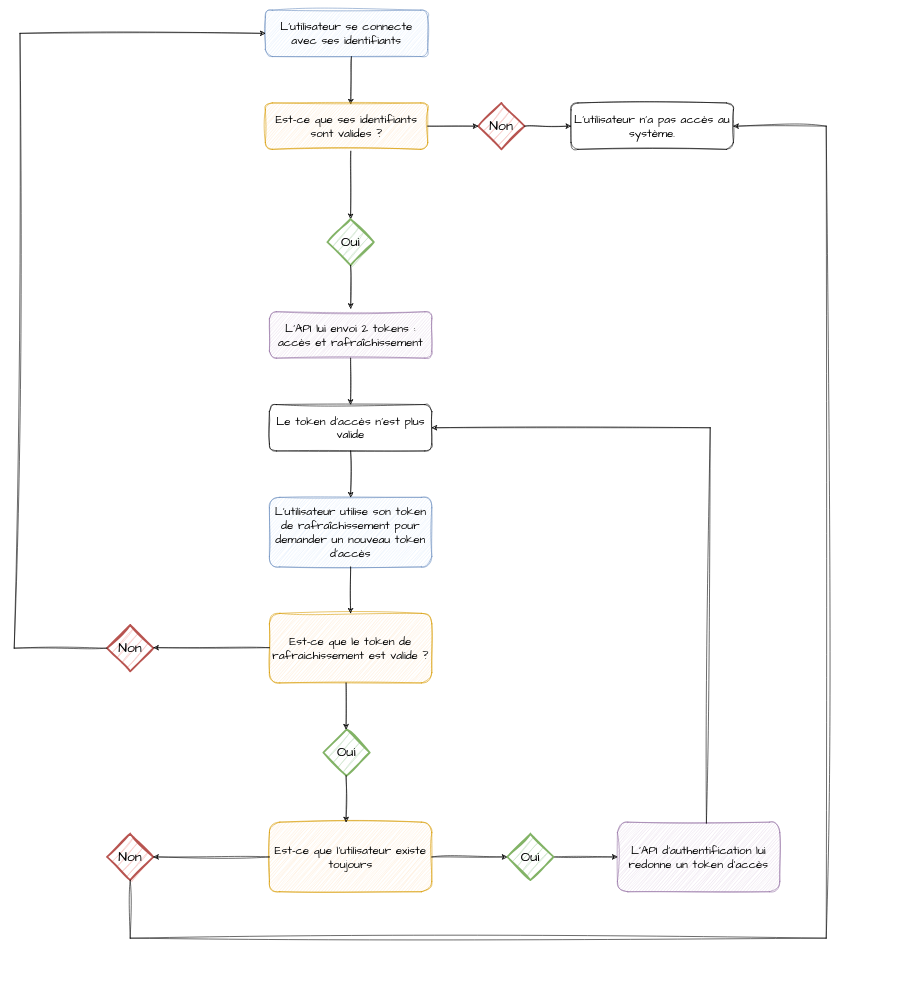
Earlier version of the draw.io diagram ressources/article/schemas/JWT_complex.drawio (a-spn/api-users). Source tidied: cells renumbered, new cells numbered last; positions are measured from the earlier drawing's top-left corner, leaving out a move shared by most shapes. Both pictures are drawn from the tidied source at 58%, with x=0, y=0 at pixel (14, 10).
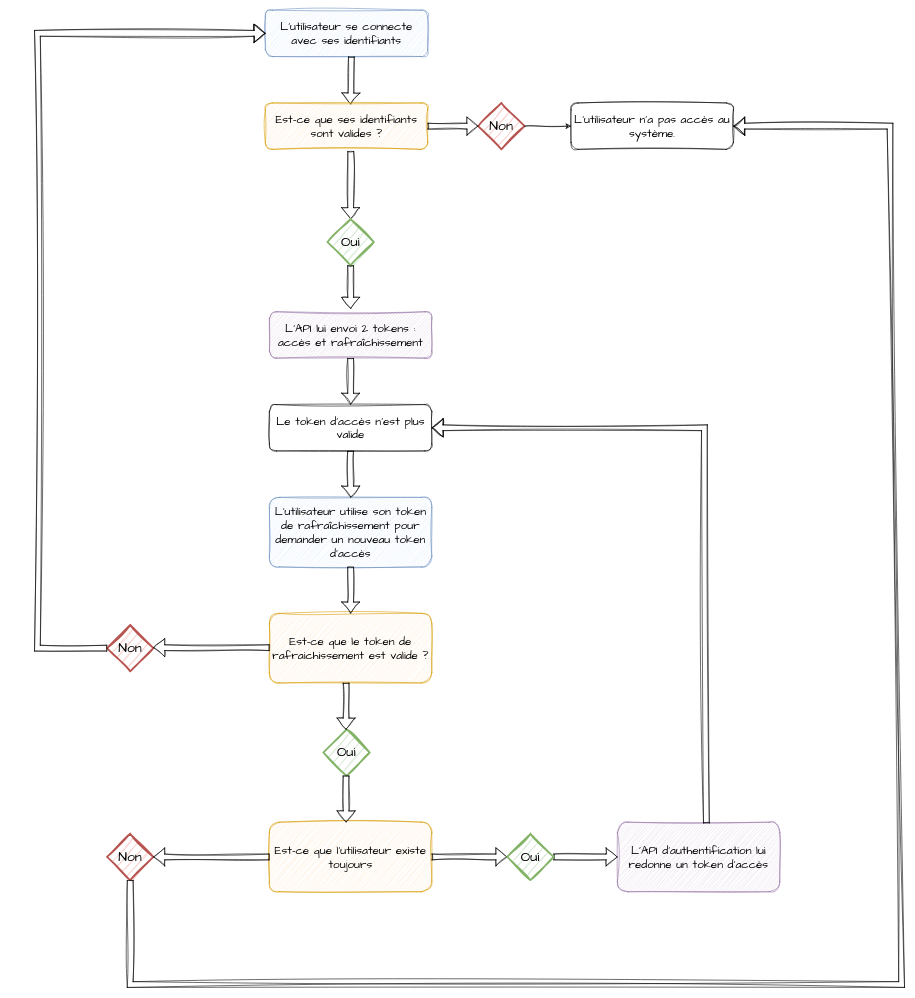
Above is the later version.

The change refers to these unchanged cells:
```xml
<mxCell id="2" value="&lt;div&gt;L'utilisateur se connecte avec ses identifiants&lt;br&gt;&lt;/div&gt;" style="rounded=1;whiteSpace=wrap;html=1;hachureGap=4;fontFamily=Architects Daughter;fontSize=20;sketch=1;curveFitting=1;jiggle=2;fillColor=#dae8fc;strokeColor=#6c8ebf;" parent="1" vertex="1">
  <mxGeometry x="433" width="280" height="80" as="geometry" />
</mxCell>
<mxCell id="3" value="Le token d'accès n'est plus valide" style="rounded=1;whiteSpace=wrap;html=1;hachureGap=4;fontFamily=Architects Daughter;fontSize=20;sketch=1;curveFitting=1;jiggle=2;" parent="1" vertex="1">
  <mxGeometry x="440" y="680" width="280" height="80" as="geometry" />
</mxCell>
<mxCell id="5" value="L'utilisateur utilise son token de rafraîchissement pour demander un nouveau token d'accès" style="rounded=1;whiteSpace=wrap;html=1;hachureGap=4;fontFamily=Architects Daughter;fontSize=20;sketch=1;curveFitting=1;jiggle=2;fillColor=#dae8fc;strokeColor=#6c8ebf;" parent="1" vertex="1">
  <mxGeometry x="440" y="840" width="280" height="120" as="geometry" />
</mxCell>
<mxCell id="7" value="Est-ce que l'utilisateur existe toujours" style="rounded=1;whiteSpace=wrap;html=1;hachureGap=4;fontFamily=Architects Daughter;fontSize=20;sketch=1;curveFitting=1;jiggle=2;fillColor=#ffe6cc;strokeColor=#d79b00;" parent="1" vertex="1">
  <mxGeometry x="440" y="1400" width="280" height="120" as="geometry" />
</mxCell>
<mxCell id="8" value="L'API d'authentification lui redonne un token d'accès" style="rounded=1;whiteSpace=wrap;html=1;hachureGap=4;fontFamily=Architects Daughter;fontSize=20;sketch=1;curveFitting=1;jiggle=2;fillColor=#e1d5e7;strokeColor=#9673a6;" parent="1" vertex="1">
  <mxGeometry x="1040" y="1400" width="280" height="120" as="geometry" />
</mxCell>
<mxCell id="11" value="&lt;font style=&quot;font-size: 24px;&quot; face=&quot;Architects daughter&quot;&gt;Non&lt;/font&gt;" style="rhombus;whiteSpace=wrap;html=1;strokeWidth=3;sketch=1;curveFitting=1;jiggle=2;fillColor=#f8cecc;strokeColor=#b85450;" parent="1" vertex="1">
  <mxGeometry x="160" y="1420" width="80" height="80" as="geometry" />
</mxCell>
<mxCell id="12" value="&lt;font style=&quot;font-size: 24px;&quot; face=&quot;Architects daughter&quot;&gt;Oui&lt;/font&gt;" style="rhombus;whiteSpace=wrap;html=1;strokeWidth=3;sketch=1;curveFitting=1;jiggle=2;fillColor=#d5e8d4;strokeColor=#82b366;" parent="1" vertex="1">
  <mxGeometry x="850" y="1420" width="80" height="80" as="geometry" />
</mxCell>
<mxCell id="15" value="Est-ce que le token de rafraichissement est valide ? " style="rounded=1;whiteSpace=wrap;html=1;hachureGap=4;fontFamily=Architects Daughter;fontSize=20;sketch=1;curveFitting=1;jiggle=2;fillColor=#ffe6cc;strokeColor=#d79b00;" parent="1" vertex="1">
  <mxGeometry x="440" y="1040" width="280" height="120" as="geometry" />
</mxCell>
<mxCell id="16" value="&lt;font style=&quot;font-size: 24px;&quot; face=&quot;Architects daughter&quot;&gt;Non&lt;/font&gt;" style="rhombus;whiteSpace=wrap;html=1;strokeWidth=3;sketch=1;curveFitting=1;jiggle=2;fillColor=#f8cecc;strokeColor=#b85450;" parent="1" vertex="1">
  <mxGeometry x="160" y="1060" width="80" height="80" as="geometry" />
</mxCell>
<mxCell id="24" value="&lt;div&gt;L'API lui envoi 2 tokens :&lt;/div&gt;&lt;div&gt;accès et rafraîchissement&lt;/div&gt;" style="rounded=1;whiteSpace=wrap;html=1;hachureGap=4;fontFamily=Architects Daughter;fontSize=20;sketch=1;curveFitting=1;jiggle=2;fillColor=#e1d5e7;strokeColor=#9673a6;" parent="1" vertex="1">
  <mxGeometry x="440" y="520" width="280" height="80" as="geometry" />
</mxCell>
<mxCell id="25" value="Est-ce que ses identifiants sont valides ? " style="rounded=1;whiteSpace=wrap;html=1;hachureGap=4;fontFamily=Architects Daughter;fontSize=20;sketch=1;curveFitting=1;jiggle=2;fillColor=#ffe6cc;strokeColor=#d79b00;" parent="1" vertex="1">
  <mxGeometry x="433" y="160" width="280" height="80" as="geometry" />
</mxCell>
<mxCell id="26" value="&lt;font style=&quot;font-size: 24px;&quot; face=&quot;Architects daughter&quot;&gt;Non&lt;/font&gt;" style="rhombus;whiteSpace=wrap;html=1;strokeWidth=3;sketch=1;curveFitting=1;jiggle=2;fillColor=#f8cecc;strokeColor=#b85450;" parent="1" vertex="1">
  <mxGeometry x="800" y="160" width="80" height="80" as="geometry" />
</mxCell>
<mxCell id="30" value="&lt;font style=&quot;font-size: 24px;&quot; face=&quot;Architects daughter&quot;&gt;Oui&lt;/font&gt;" style="rhombus;whiteSpace=wrap;html=1;strokeWidth=3;sketch=1;curveFitting=1;jiggle=2;fillColor=#d5e8d4;strokeColor=#82b366;" parent="1" vertex="1">
  <mxGeometry x="540" y="360" width="80" height="80" as="geometry" />
</mxCell>
```

Diff of the diagram source:
```diff
@@
-    <mxCell id="4" style="endArrow=classic;html=1;rounded=1;hachureGap=4;fontFamily=Architects Daughter;fontSize=16;exitX=0.53;exitY=1.005;exitDx=0;exitDy=0;entryX=0.526;entryY=0.029;entryDx=0;entryDy=0;exitPerimeter=0;entryPerimeter=0;sketch=1;curveFitting=1;jiggle=2;" parent="1" edge="1" source="2" target="25">
+    <mxCell id="4" style="endArrow=classic;html=1;rounded=1;hachureGap=4;fontFamily=Architects Daughter;fontSize=16;exitX=0.53;exitY=1.005;exitDx=0;exitDy=0;entryX=0.526;entryY=0.029;entryDx=0;entryDy=0;exitPerimeter=0;entryPerimeter=0;sketch=1;curveFitting=1;jiggle=2;shape=flexArrow;" parent="1" edge="1" source="2" target="25">
       <mxGeometry relative="1" as="geometry" />
     </mxCell>
@@
-    <mxCell id="6" style="endArrow=classic;html=1;rounded=1;hachureGap=4;fontFamily=Architects Daughter;fontSize=16;exitX=0.5;exitY=1;exitDx=0;exitDy=0;exitPerimeter=0;entryX=0.5;entryY=0;entryDx=0;entryDy=0;sketch=1;curveFitting=1;jiggle=2;" parent="1" edge="1" source="3" target="5">
+    <mxCell id="6" style="endArrow=classic;html=1;rounded=1;hachureGap=4;fontFamily=Architects Daughter;fontSize=16;exitX=0.5;exitY=1;exitDx=0;exitDy=0;exitPerimeter=0;entryX=0.5;entryY=0;entryDx=0;entryDy=0;sketch=1;curveFitting=1;jiggle=2;shape=flexArrow;" parent="1" edge="1" source="3" target="5">
       <mxGeometry relative="1" as="geometry" />
     </mxCell>
@@
-    <mxCell id="9" style="endArrow=classic;html=1;rounded=0;exitX=1;exitY=0.5;exitDx=0;exitDy=0;entryX=0;entryY=0.5;entryDx=0;entryDy=0;sketch=1;curveFitting=1;jiggle=2;" parent="1" edge="1" source="7" target="12">
+    <mxCell id="9" style="endArrow=classic;html=1;rounded=0;exitX=1;exitY=0.5;exitDx=0;exitDy=0;entryX=0;entryY=0.5;entryDx=0;entryDy=0;sketch=1;curveFitting=1;jiggle=2;shape=flexArrow;" parent="1" edge="1" source="7" target="12">
       <mxGeometry relative="1" as="geometry" />
     </mxCell>
-    <mxCell id="10" style="endArrow=classic;html=1;rounded=0;entryX=0;entryY=0.5;entryDx=0;entryDy=0;sketch=1;curveFitting=1;jiggle=2;" parent="1" edge="1" source="12" target="8">
+    <mxCell id="10" style="endArrow=classic;html=1;rounded=0;entryX=0;entryY=0.5;entryDx=0;entryDy=0;sketch=1;curveFitting=1;jiggle=2;shape=flexArrow;" parent="1" edge="1" source="12" target="8">
       <mxGeometry relative="1" as="geometry" />
     </mxCell>
@@
-    <mxCell id="13" style="endArrow=classic;html=1;rounded=0;exitX=0;exitY=0.5;exitDx=0;exitDy=0;entryX=1;entryY=0.5;entryDx=0;entryDy=0;sketch=1;curveFitting=1;jiggle=2;" parent="1" edge="1" source="7" target="11">
+    <mxCell id="13" style="endArrow=classic;html=1;rounded=0;exitX=0;exitY=0.5;exitDx=0;exitDy=0;entryX=1;entryY=0.5;entryDx=0;entryDy=0;sketch=1;curveFitting=1;jiggle=2;shape=flexArrow;" parent="1" edge="1" source="7" target="11">
       <mxGeometry relative="1" as="geometry" />
     </mxCell>
-    <mxCell id="14" style="endArrow=classic;html=1;rounded=0;exitX=0.548;exitY=0.014;exitDx=0;exitDy=0;exitPerimeter=0;entryX=1;entryY=0.5;entryDx=0;entryDy=0;sketch=1;curveFitting=1;jiggle=2;" parent="1" edge="1" source="8" target="3">
+    <mxCell id="14" style="endArrow=classic;html=1;rounded=0;exitX=0.548;exitY=0.014;exitDx=0;exitDy=0;exitPerimeter=0;entryX=1;entryY=0.5;entryDx=0;entryDy=0;sketch=1;curveFitting=1;jiggle=2;shape=flexArrow;" parent="1" edge="1" source="8" target="3">
       <mxGeometry relative="1" as="geometry">
         <Array as="points">
-          <mxPoint x="1200" y="720" />
+          <mxPoint x="1190" y="720" />
         </Array>
       </mxGeometry>
     </mxCell>
@@
-    <mxCell id="17" style="endArrow=classic;html=1;rounded=0;exitX=0;exitY=0.5;exitDx=0;exitDy=0;entryX=1;entryY=0.5;entryDx=0;entryDy=0;sketch=1;curveFitting=1;jiggle=2;" parent="1" edge="1">
+    <mxCell id="17" style="endArrow=classic;html=1;rounded=0;exitX=0;exitY=0.5;exitDx=0;exitDy=0;entryX=1;entryY=0.5;entryDx=0;entryDy=0;sketch=1;curveFitting=1;jiggle=2;shape=flexArrow;" parent="1" edge="1">
       <mxGeometry relative="1" as="geometry">
         <mxPoint x="440" y="1099.2" as="sourcePoint" />
         <mxPoint x="240" y="1099.2" as="targetPoint" />
       </mxGeometry>
     </mxCell>
-    <mxCell id="18" style="endArrow=classic;html=1;rounded=0;entryX=0.5;entryY=0;entryDx=0;entryDy=0;exitX=0.5;exitY=1;exitDx=0;exitDy=0;sketch=1;curveFitting=1;jiggle=2;" parent="1" edge="1" source="5" target="15">
+    <mxCell id="18" style="endArrow=classic;html=1;rounded=0;entryX=0.5;entryY=0;entryDx=0;entryDy=0;exitX=0.5;exitY=1;exitDx=0;exitDy=0;sketch=1;curveFitting=1;jiggle=2;shape=flexArrow;" parent="1" edge="1" source="5" target="15">
       <mxGeometry relative="1" as="geometry" />
     </mxCell>
-    <mxCell id="19" style="endArrow=classic;html=1;rounded=0;entryX=0;entryY=0.5;entryDx=0;entryDy=0;exitX=0;exitY=0.5;exitDx=0;exitDy=0;sketch=1;curveFitting=1;jiggle=2;" parent="1" edge="1" source="16" target="2">
+    <mxCell id="19" style="endArrow=classic;html=1;rounded=0;entryX=0;entryY=0.5;entryDx=0;entryDy=0;exitX=0;exitY=0.5;exitDx=0;exitDy=0;sketch=1;curveFitting=1;jiggle=2;shape=flexArrow;" parent="1" edge="1" source="16" target="2">
       <mxGeometry relative="1" as="geometry">
         <Array as="points">
-          <mxPoint y="1100" />
-          <mxPoint x="10" y="40" />
+          <mxPoint x="40" y="1100" />
+          <mxPoint x="40" y="40" />
         </Array>
       </mxGeometry>
     </mxCell>
@@
-    <mxCell id="21" style="endArrow=classic;html=1;rounded=0;entryX=0.5;entryY=0;entryDx=0;entryDy=0;exitX=0.5;exitY=1;exitDx=0;exitDy=0;sketch=1;curveFitting=1;jiggle=2;" parent="1" edge="1">
+    <mxCell id="21" style="endArrow=classic;html=1;rounded=0;entryX=0.5;entryY=0;entryDx=0;entryDy=0;exitX=0.5;exitY=1;exitDx=0;exitDy=0;sketch=1;curveFitting=1;jiggle=2;shape=flexArrow;" parent="1" edge="1">
       <mxGeometry relative="1" as="geometry">
         <mxPoint x="572.2" y="1160" as="sourcePoint" />
         <mxPoint x="572.2" y="1240" as="targetPoint" />
       </mxGeometry>
     </mxCell>
-    <mxCell id="22" style="endArrow=classic;html=1;rounded=0;entryX=0.5;entryY=0;entryDx=0;entryDy=0;exitX=0.5;exitY=1;exitDx=0;exitDy=0;sketch=1;curveFitting=1;jiggle=2;" parent="1" edge="1">
+    <mxCell id="22" style="endArrow=classic;html=1;rounded=0;entryX=0.5;entryY=0;entryDx=0;entryDy=0;exitX=0.5;exitY=1;exitDx=0;exitDy=0;sketch=1;curveFitting=1;jiggle=2;shape=flexArrow;" parent="1" edge="1">
       <mxGeometry relative="1" as="geometry">
         <mxPoint x="572.2" y="1320" as="sourcePoint" />
         <mxPoint x="572.2" y="1400" as="targetPoint" />
       </mxGeometry>
     </mxCell>
@@
-    <mxCell id="27" style="endArrow=classic;html=1;rounded=1;hachureGap=4;fontFamily=Architects Daughter;fontSize=16;exitX=1;exitY=0.5;exitDx=0;exitDy=0;entryX=0;entryY=0.5;entryDx=0;entryDy=0;sketch=1;curveFitting=1;jiggle=2;" parent="1" edge="1" source="25" target="26">
+    <mxCell id="27" style="endArrow=classic;html=1;rounded=1;hachureGap=4;fontFamily=Architects Daughter;fontSize=16;exitX=1;exitY=0.5;exitDx=0;exitDy=0;entryX=0;entryY=0.5;entryDx=0;entryDy=0;sketch=1;curveFitting=1;jiggle=2;shape=flexArrow;" parent="1" edge="1" source="25" target="26">
       <mxGeometry relative="1" as="geometry" />
     </mxCell>
@@
-    <mxCell id="29" style="endArrow=classic;html=1;rounded=0;exitX=0.526;exitY=1.04;exitDx=0;exitDy=0;entryX=0.5;entryY=0;entryDx=0;entryDy=0;exitPerimeter=0;sketch=1;curveFitting=1;jiggle=2;" parent="1" edge="1" source="25" target="30">
+    <mxCell id="29" style="endArrow=classic;html=1;rounded=0;exitX=0.526;exitY=1.04;exitDx=0;exitDy=0;entryX=0.5;entryY=0;entryDx=0;entryDy=0;exitPerimeter=0;sketch=1;curveFitting=1;jiggle=2;shape=flexArrow;" parent="1" edge="1" source="25" target="30">
       <mxGeometry relative="1" as="geometry" />
     </mxCell>
@@
-    <mxCell id="31" style="endArrow=classic;html=1;rounded=0;exitX=0.5;exitY=1;exitDx=0;exitDy=0;entryX=0.501;entryY=-0.067;entryDx=0;entryDy=0;entryPerimeter=0;sketch=1;curveFitting=1;jiggle=2;" parent="1" edge="1" source="30" target="24">
+    <mxCell id="31" style="endArrow=classic;html=1;rounded=0;exitX=0.5;exitY=1;exitDx=0;exitDy=0;entryX=0.501;entryY=-0.067;entryDx=0;entryDy=0;entryPerimeter=0;sketch=1;curveFitting=1;jiggle=2;shape=flexArrow;" parent="1" edge="1" source="30" target="24">
       <mxGeometry relative="1" as="geometry" />
     </mxCell>
-    <mxCell id="32" style="endArrow=classic;html=1;rounded=0;entryX=0.5;entryY=0;entryDx=0;entryDy=0;sketch=1;curveFitting=1;jiggle=2;" parent="1" edge="1" source="24" target="3">
+    <mxCell id="32" style="endArrow=classic;html=1;rounded=0;entryX=0.5;entryY=0;entryDx=0;entryDy=0;sketch=1;curveFitting=1;jiggle=2;shape=flexArrow;" parent="1" edge="1" source="24" target="3">
       <mxGeometry relative="1" as="geometry" />
     </mxCell>
-    <mxCell id="33" style="endArrow=classic;html=1;rounded=0;exitX=0;exitY=0.5;exitDx=0;exitDy=0;sketch=1;curveFitting=1;jiggle=2;" parent="1" edge="1">
+    <mxCell id="33" style="endArrow=classic;html=1;rounded=0;exitX=0;exitY=0.5;exitDx=0;exitDy=0;sketch=1;curveFitting=1;jiggle=2;shape=flexArrow;" parent="1" edge="1">
       <mxGeometry relative="1" as="geometry">
         <mxPoint x="200" y="1500" as="sourcePoint" />
         <mxPoint x="1240" y="200" as="targetPoint" />
         <Array as="points">
-          <mxPoint x="200" y="1600" />
-          <mxPoint x="1400" y="1600" />
-          <mxPoint x="1400" y="200" />
+          <mxPoint x="200" y="1680" />
+          <mxPoint x="1530" y="1680" />
+          <mxPoint x="1510" y="200" />
         </Array>
       </mxGeometry>
     </mxCell>
```
